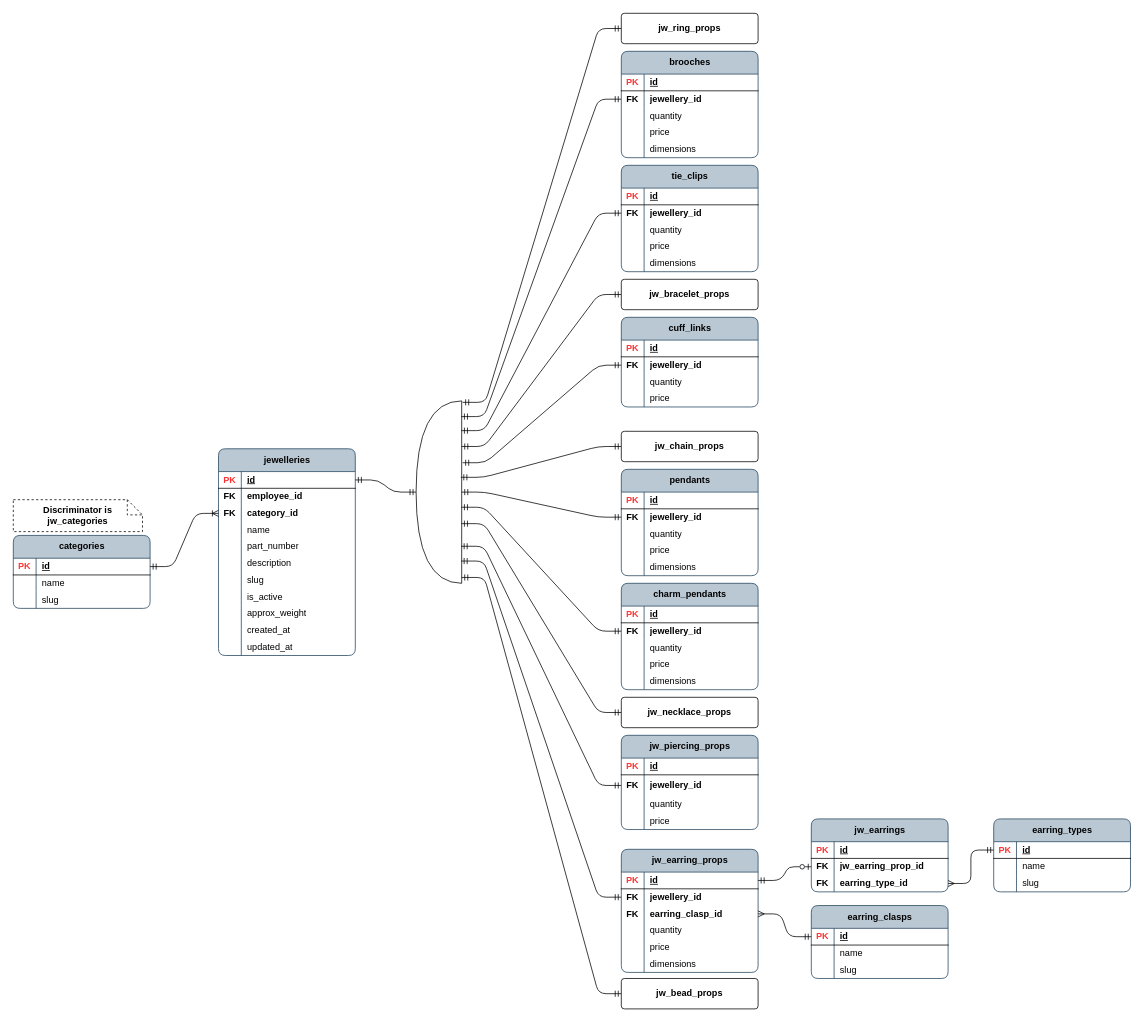
Above: page "psql_jewellery" (1 of 13) of publisher/laravel-app/psql_jewellery_items.drawio in Local-development-environment/msg-brokers-publisher-consumer (draw.io), before the change. Source tidied: cells renumbered, new cells numbered last; positions are measured from the earlier drawing's top-left corner, leaving out a move shared by most shapes. Both pictures are drawn from the tidied source at 76%, with x=0, y=0 at pixel (13, 13).
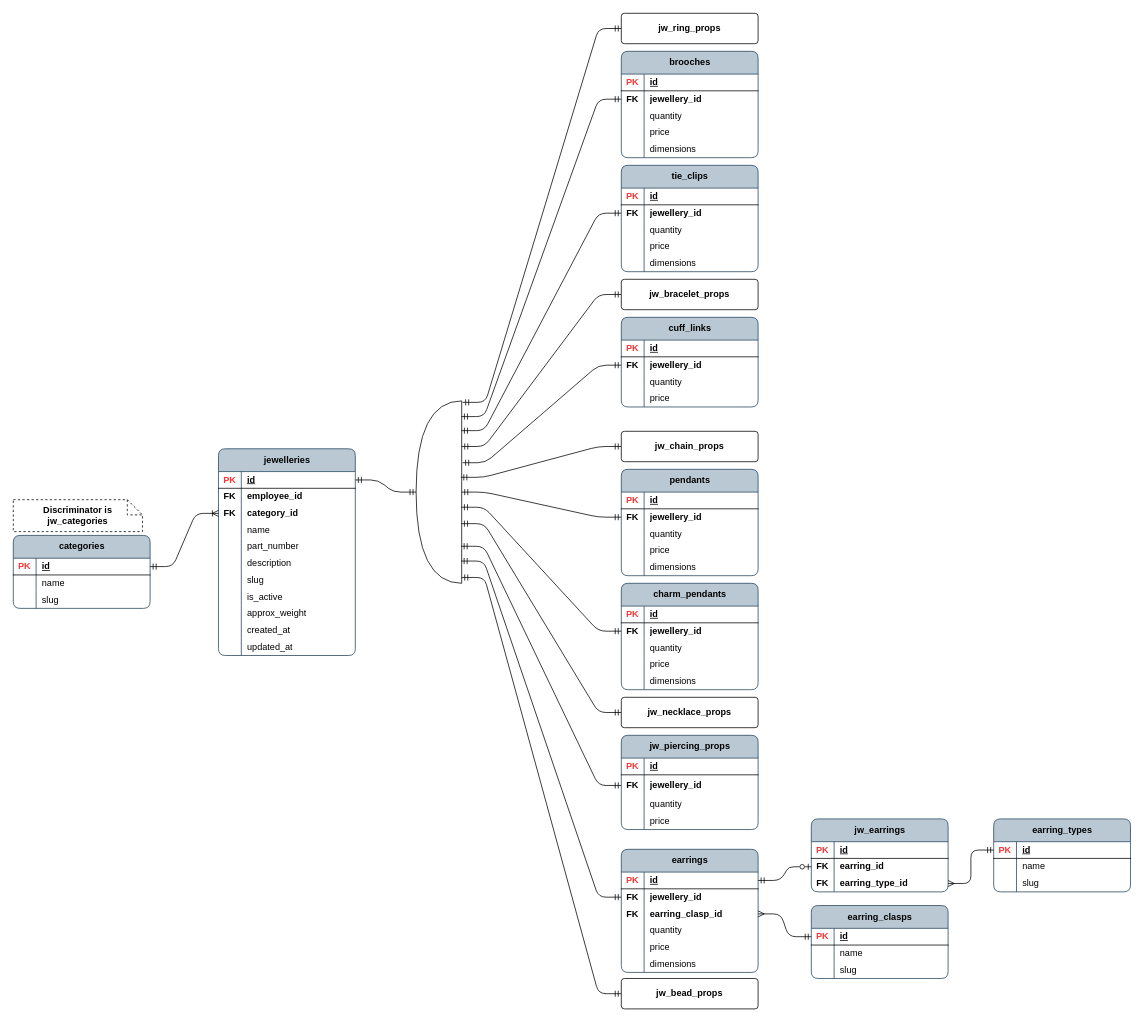
Above is the later version.

Commit message (it also covers changes not shown here):
jewellery view was refactored, earrings were added to jewelleries view

The change refers to these unchanged cells:
```xml
<mxCell id="182" style="shape=tableRow;horizontal=0;startSize=0;swimlaneHead=0;swimlaneBody=0;fillColor=none;points=[[0,0.5],[1,0.5]];portConstraint=eastwest;top=0;left=0;right=0;bottom=0;rounded=0;" parent="178" vertex="1">
  <mxGeometry y="52" width="180" height="22" as="geometry" />
</mxCell>
```

Change to the diagram source:
```diff
@@
-    <mxCell id="155" value="jw_earring_props" style="shape=table;startSize=30;childLayout=tableLayout;rowLines=0;fontStyle=1;align=center;html=1;rounded=1;swimlaneFillColor=none;fillColor=#bac8d3;strokeColor=#23445d;columnLines=1;arcSize=10;" parent="1" vertex="1">
+    <mxCell id="155" value="earrings" style="shape=table;startSize=30;childLayout=tableLayout;rowLines=0;fontStyle=1;align=center;html=1;rounded=1;swimlaneFillColor=none;fillColor=#bac8d3;strokeColor=#23445d;columnLines=1;arcSize=10;" parent="1" vertex="1">
       <mxGeometry x="800" y="1100" width="180" height="162" as="geometry" />
     </mxCell>
@@
-    <mxCell id="184" value="&lt;b&gt;jw_earring_prop_id&lt;/b&gt;" style="shape=partialRectangle;fillColor=none;top=0;left=0;bottom=0;right=0;align=left;spacingLeft=6;overflow=hidden;whiteSpace=wrap;html=1;" parent="182" vertex="1">
+    <mxCell id="184" value="&lt;b&gt;earring_id&lt;/b&gt;" style="shape=partialRectangle;fillColor=none;top=0;left=0;bottom=0;right=0;align=left;spacingLeft=6;overflow=hidden;whiteSpace=wrap;html=1;" parent="182" vertex="1">
       <mxGeometry x="30" width="150" height="22" as="geometry" />
     </mxCell>
```
